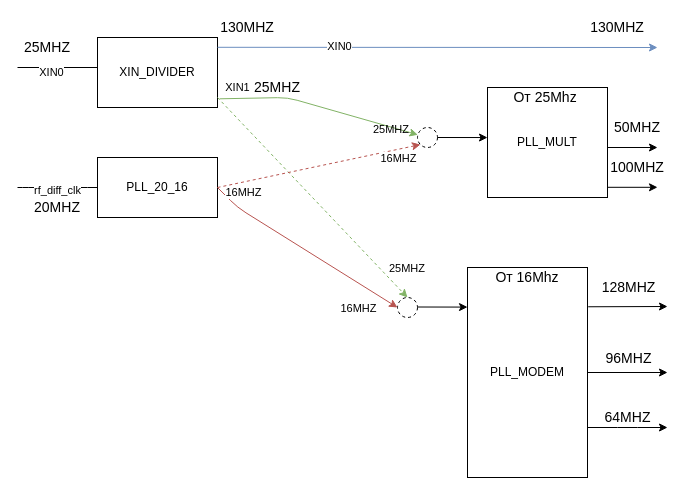
The draw.io diagram pll_flow.drawio in dkaigu/charts, before the edit. Source tidied: cells renumbered, new cells numbered last; positions are measured from the earlier drawing's top-left corner, leaving out a move shared by most shapes. Both pictures are drawn from the tidied source at 100%, with x=0, y=0 at pixel (17, 17).
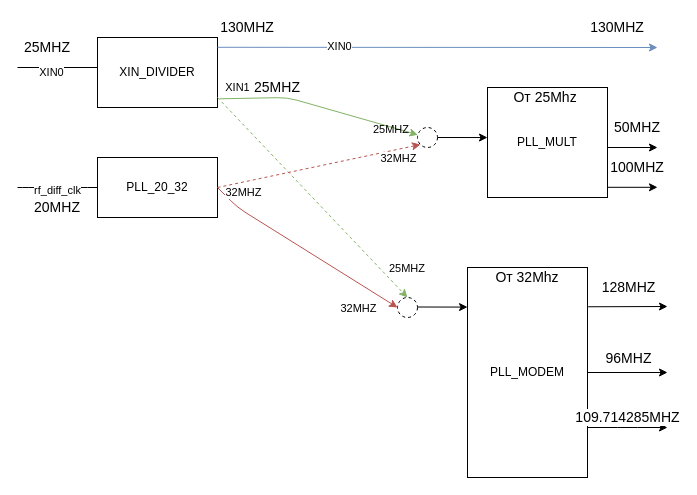
The same page after the edit.

The change refers to these unchanged cells:
```xml
<mxCell id="11" style="endArrow=classic;html=1;exitX=1;exitY=0.5;exitDx=0;exitDy=0;endFill=1;entryX=0;entryY=0.5;entryDx=0;entryDy=0;fillColor=#f8cecc;strokeColor=#b85450;" parent="1" edge="1" source="9" target="28">
  <mxGeometry relative="1" as="geometry">
    <Array as="points">
      <mxPoint x="220" y="190" />
    </Array>
  </mxGeometry>
</mxCell>
```

Change to the diagram source:
```diff
@@
-    <mxCell id="9" value="PLL_20_16" style="rounded=0;whiteSpace=wrap;html=1;" parent="1" vertex="1">
+    <mxCell id="9" value="PLL_20_32" style="rounded=0;whiteSpace=wrap;html=1;" parent="1" vertex="1">
       <mxGeometry x="80" y="140" width="120" height="60" as="geometry" />
     </mxCell>
@@
-    <mxCell id="12" value="16MHZ" style="edgeLabel;html=1;align=center;verticalAlign=middle;" parent="11" vertex="1">
+    <mxCell id="12" value="32MHZ" style="edgeLabel;html=1;align=center;verticalAlign=middle;" parent="11" vertex="1">
       <mxGeometry x="0.05" y="-2" relative="1" as="geometry">
         <mxPoint x="-66.6" y="-62.3" as="offset" />
       </mxGeometry>
     </mxCell>
@@
-    <mxCell id="18" value="&lt;font style=&quot;font-size: 14px&quot;&gt;64MHZ&lt;/font&gt;" style="endArrow=classic;html=1;" parent="1" edge="1">
+    <mxCell id="18" value="&lt;font style=&quot;font-size: 14px&quot;&gt;109.714285MHZ&lt;/font&gt;" style="endArrow=classic;html=1;" parent="1" edge="1">
       <mxGeometry y="10" relative="1" as="geometry">
         <mxPoint x="570" y="410" as="sourcePoint" />
         <mxPoint x="650" y="410" as="targetPoint" />
         <Array as="points">
           <mxPoint x="610" y="410" />
         </Array>
       </mxGeometry>
     </mxCell>
@@
-    <mxCell id="33" value="16MHZ" style="edgeLabel;html=1;align=center;verticalAlign=middle;" parent="1" vertex="1">
+    <mxCell id="33" value="32MHZ" style="edgeLabel;html=1;align=center;verticalAlign=middle;" parent="1" vertex="1">
       <mxGeometry x="340" y="290" as="geometry" />
     </mxCell>
-    <mxCell id="34" value="16MHZ" style="edgeLabel;html=1;align=center;verticalAlign=middle;" parent="1" vertex="1">
+    <mxCell id="34" value="32MHZ" style="edgeLabel;html=1;align=center;verticalAlign=middle;" parent="1" vertex="1">
       <mxGeometry x="380" y="140" as="geometry" />
     </mxCell>
@@
-    <mxCell id="41" value="От 16Mhz" style="text;html=1;strokeColor=none;fillColor=none;align=center;verticalAlign=middle;whiteSpace=wrap;rounded=0;dashed=1;fontSize=14;" parent="1" vertex="1">
+    <mxCell id="41" value="От 32Mhz" style="text;html=1;strokeColor=none;fillColor=none;align=center;verticalAlign=middle;whiteSpace=wrap;rounded=0;dashed=1;fontSize=14;" parent="1" vertex="1">
       <mxGeometry x="450" y="250" width="120" height="20" as="geometry" />
     </mxCell>
```
